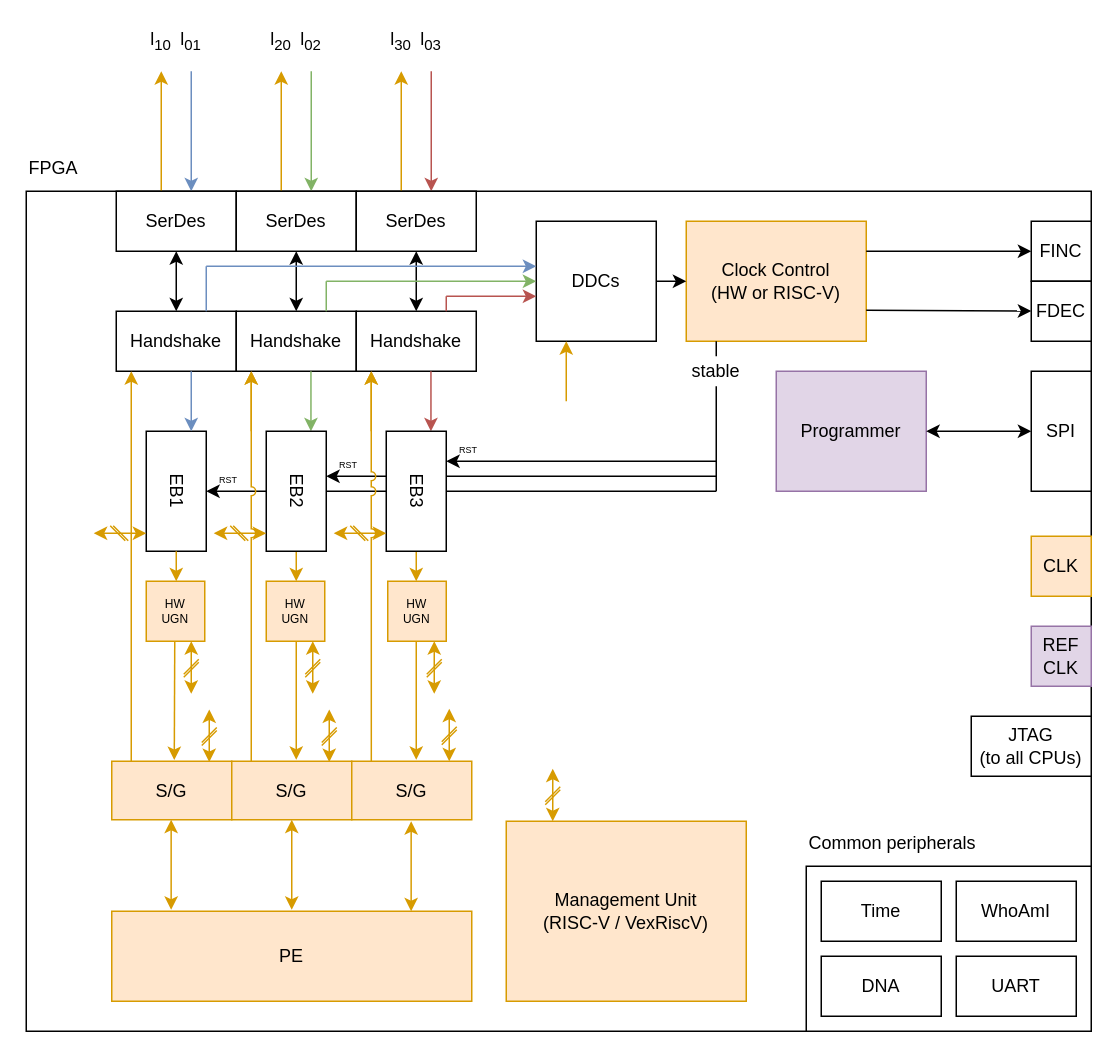
Above: docs/diagrams/softUgnDemo.drawio in bittide/bittide-hardware (draw.io), before the change. Source tidied: cells renumbered, new cells numbered last; positions are measured from the earlier drawing's top-left corner, leaving out a move shared by most shapes. Both pictures are drawn from the tidied source at 150%, with x=0, y=0 at pixel (26, 26).
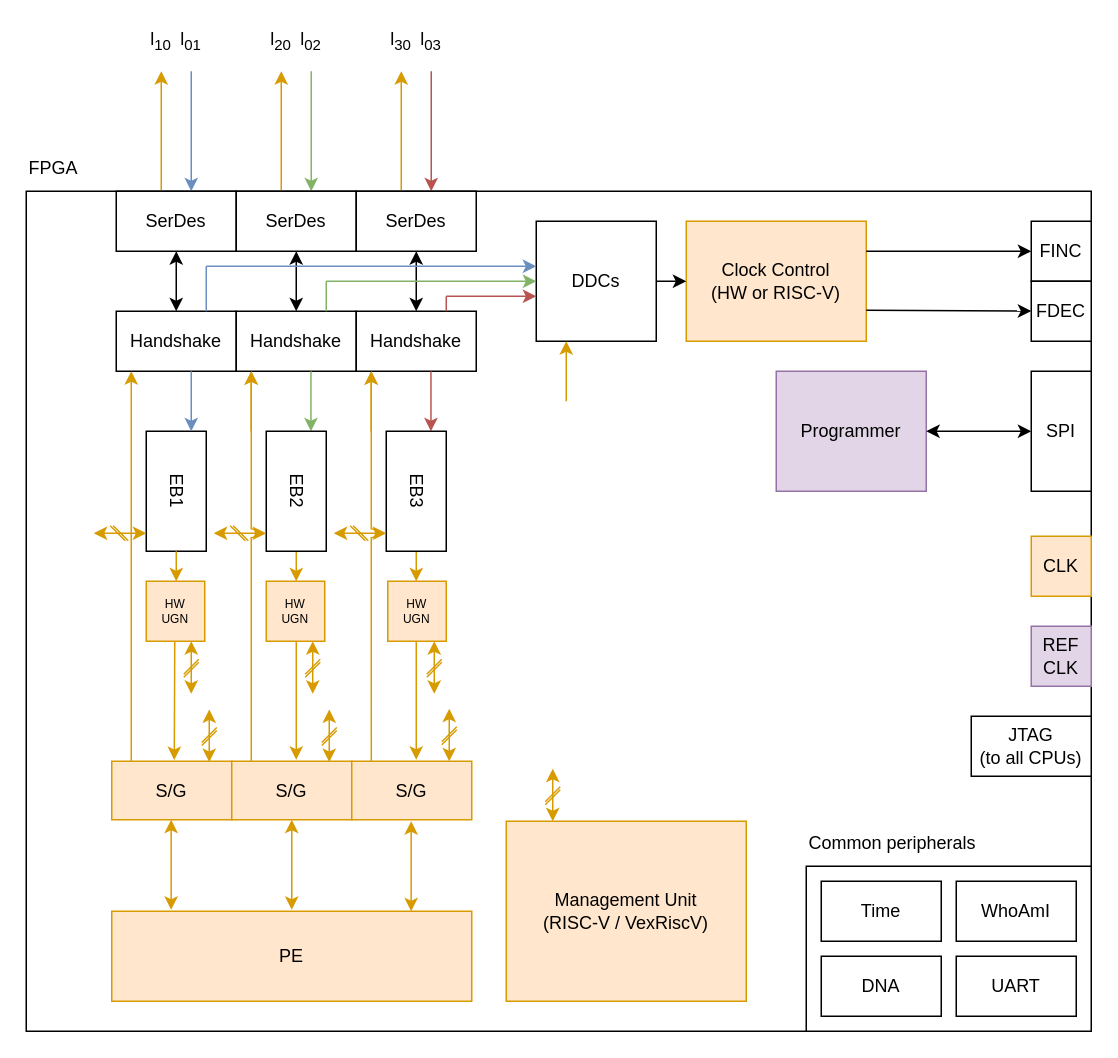
The same page after the edit.

Commit message (it also covers changes not shown here):
Add docs + diagrams for the switch demos

Diff of the diagram source:
```diff
@@
-    <mxCell id="53" style="endArrow=classic;html=1;rounded=0;" parent="1" edge="1">
-      <mxGeometry relative="1" as="geometry">
-        <mxPoint x="460" y="290" as="sourcePoint" />
-        <mxPoint x="280" y="290" as="targetPoint" />
-      </mxGeometry>
-    </mxCell>
-    <mxCell id="54" style="endArrow=classic;html=1;rounded=0;" parent="1" edge="1">
-      <mxGeometry relative="1" as="geometry">
-        <mxPoint x="460" y="300" as="sourcePoint" />
-        <mxPoint x="200" y="300" as="targetPoint" />
-      </mxGeometry>
-    </mxCell>
-    <mxCell id="55" style="endArrow=none;html=1;rounded=0;" parent="1" edge="1" source="63">
-      <mxGeometry relative="1" as="geometry">
-        <mxPoint x="460" y="210" as="targetPoint" />
-      </mxGeometry>
-    </mxCell>
-    <mxCell id="56" style="endArrow=classic;html=1;rounded=0;" parent="1" edge="1">
-      <mxGeometry relative="1" as="geometry">
-        <mxPoint x="460" y="310" as="sourcePoint" />
-        <mxPoint x="120" y="310" as="targetPoint" />
-      </mxGeometry>
-    </mxCell>
@@
-    <mxCell id="59" value="RST" style="text;html=1;align=center;verticalAlign=middle;whiteSpace=wrap;rounded=0;fontSize=6;" parent="1" vertex="1">
-      <mxGeometry x="280" y="275" width="30" height="15" as="geometry" />
-    </mxCell>
-    <mxCell id="60" value="RST" style="text;html=1;align=center;verticalAlign=middle;whiteSpace=wrap;rounded=0;fontSize=6;" parent="1" vertex="1">
-      <mxGeometry x="200" y="285" width="30" height="15" as="geometry" />
-    </mxCell>
-    <mxCell id="61" value="RST" style="text;html=1;align=center;verticalAlign=middle;whiteSpace=wrap;rounded=0;fontSize=6;" parent="1" vertex="1">
-      <mxGeometry x="120" y="295" width="30" height="15" as="geometry" />
-    </mxCell>
-    <mxCell id="62" style="endArrow=none;html=1;rounded=0;" parent="1" edge="1" target="63">
-      <mxGeometry relative="1" as="geometry">
-        <mxPoint x="460" y="310" as="sourcePoint" />
-      </mxGeometry>
-    </mxCell>
-    <mxCell id="63" value="stable" style="text;html=1;align=center;verticalAlign=middle;whiteSpace=wrap;rounded=0;labelBackgroundColor=default;" parent="1" vertex="1">
-      <mxGeometry x="440" y="220" width="40" height="20" as="geometry" />
-    </mxCell>
```
